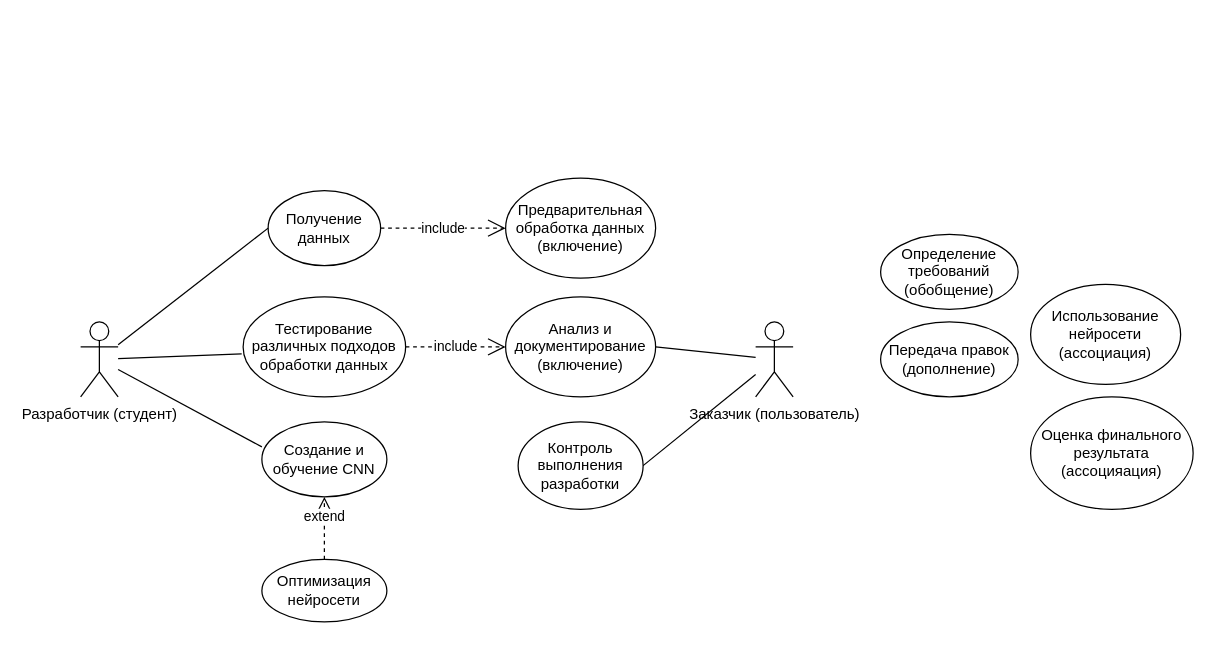
GeekNekoS/Draw_io keeps this draw.io diagram as Untitled Diagram.drawio. Above is the earlier version. Source tidied: cells renumbered, new cells numbered last; positions are measured from the earlier drawing's top-left corner, leaving out a move shared by most shapes. Both pictures are drawn from the tidied source at 125%, with x=0, y=0 at pixel (80, 178).
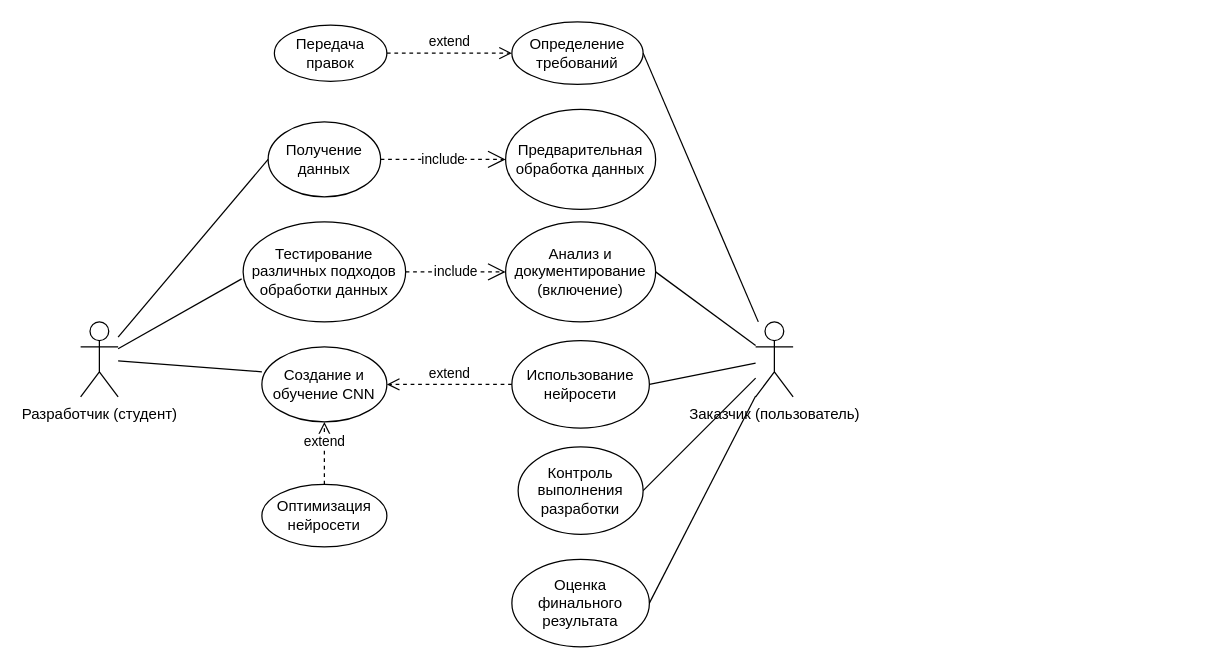
Above is the later version.

The change refers to these unchanged cells:
```xml
<mxCell id="9" value="&lt;div&gt;Заказчик (пользователь)&lt;/div&gt;" style="shape=umlActor;verticalLabelPosition=bottom;verticalAlign=top;html=1;outlineConnect=0;" parent="1" vertex="1">
  <mxGeometry x="540" y="115" width="30" height="60" as="geometry" />
</mxCell>
```

Diff of the diagram source:
```diff
@@
     <mxCell id="3" value="&lt;div&gt;Получение данных &lt;br&gt;&lt;/div&gt;" style="ellipse;whiteSpace=wrap;html=1;" parent="1" vertex="1">
-      <mxGeometry x="150" y="10" width="90" height="60" as="geometry" />
+      <mxGeometry x="150" y="-45" width="90" height="60" as="geometry" />
     </mxCell>
-    <mxCell id="4" value="&lt;div&gt;Предварительная обработка данных (включение) &lt;br&gt;&lt;/div&gt;" style="ellipse;whiteSpace=wrap;html=1;" parent="1" vertex="1">
-      <mxGeometry x="340" width="120" height="80" as="geometry" />
+    <mxCell id="4" value="&lt;div&gt;Предварительная обработка данных &lt;br&gt;&lt;/div&gt;" style="ellipse;whiteSpace=wrap;html=1;" parent="1" vertex="1">
+      <mxGeometry x="340" y="-55" width="120" height="80" as="geometry" />
     </mxCell>
     <mxCell id="5" value="&lt;div&gt;Создание и обучение CNN &lt;br&gt;&lt;/div&gt;" style="ellipse;whiteSpace=wrap;html=1;" parent="1" vertex="1">
-      <mxGeometry x="145" y="195" width="100" height="60" as="geometry" />
+      <mxGeometry x="145" y="135" width="100" height="60" as="geometry" />
     </mxCell>
     <mxCell id="6" value="Оптимизация нейросети" style="ellipse;whiteSpace=wrap;html=1;" parent="1" vertex="1">
-      <mxGeometry x="145" y="305" width="100" height="50" as="geometry" />
+      <mxGeometry x="145" y="245" width="100" height="50" as="geometry" />
     </mxCell>
     <mxCell id="7" value="Тестирование различных подходов обработки данных " style="ellipse;whiteSpace=wrap;html=1;" parent="1" vertex="1">
-      <mxGeometry x="130" y="95" width="130" height="80" as="geometry" />
+      <mxGeometry x="130" y="35" width="130" height="80" as="geometry" />
     </mxCell>
     <mxCell id="8" value="Анализ и документирование (включение)" style="ellipse;whiteSpace=wrap;html=1;" parent="1" vertex="1">
-      <mxGeometry x="340" y="95" width="120" height="80" as="geometry" />
+      <mxGeometry x="340" y="35" width="120" height="80" as="geometry" />
     </mxCell>
@@
-    <mxCell id="10" value="Определение требований (обобщение)" style="ellipse;whiteSpace=wrap;html=1;" parent="1" vertex="1">
-      <mxGeometry x="640" y="45" width="110" height="60" as="geometry" />
+    <mxCell id="10" value="Определение требований" style="ellipse;whiteSpace=wrap;html=1;" parent="1" vertex="1">
+      <mxGeometry x="345" y="-125" width="105" height="50" as="geometry" />
     </mxCell>
-    <mxCell id="11" value="Передача правок (дополнение)" style="ellipse;whiteSpace=wrap;html=1;" parent="1" vertex="1">
-      <mxGeometry x="640" y="115" width="110" height="60" as="geometry" />
+    <mxCell id="11" value="Передача правок " style="ellipse;whiteSpace=wrap;html=1;" parent="1" vertex="1">
+      <mxGeometry x="155" y="-122.5" width="90" height="45" as="geometry" />
     </mxCell>
     <mxCell id="12" value="Контроль выполнения разработки" style="ellipse;whiteSpace=wrap;html=1;" parent="1" vertex="1">
-      <mxGeometry x="350" y="195" width="100" height="70" as="geometry" />
+      <mxGeometry x="350" y="215" width="100" height="70" as="geometry" />
     </mxCell>
-    <mxCell id="13" value="Оценка финального результата (ассоцияация)" style="ellipse;whiteSpace=wrap;html=1;" parent="1" vertex="1">
-      <mxGeometry x="760" y="175" width="130" height="90" as="geometry" />
+    <mxCell id="13" value="Оценка финального результата" style="ellipse;whiteSpace=wrap;html=1;" parent="1" vertex="1">
+      <mxGeometry x="345" y="305" width="110" height="70" as="geometry" />
     </mxCell>
-    <mxCell id="14" value="Использование нейросети (ассоциация)" style="ellipse;whiteSpace=wrap;html=1;" parent="1" vertex="1">
-      <mxGeometry x="760" y="85" width="120" height="80" as="geometry" />
+    <mxCell id="14" value="Использование нейросети" style="ellipse;whiteSpace=wrap;html=1;" parent="1" vertex="1">
+      <mxGeometry x="345" y="130" width="110" height="70" as="geometry" />
     </mxCell>
@@
+    <mxCell id="23" style="endArrow=none;html=1;rounded=0;exitX=1;exitY=0.5;exitDx=0;exitDy=0;" parent="1" edge="1" source="14" target="9">
+      <mxGeometry relative="1" as="geometry" />
+    </mxCell>
+    <mxCell id="24" value="extend" style="html=1;verticalAlign=bottom;endArrow=open;dashed=1;endSize=8;curved=0;rounded=0;entryX=1;entryY=0.5;entryDx=0;entryDy=0;exitX=0;exitY=0.5;exitDx=0;exitDy=0;" parent="1" edge="1" source="14" target="5">
+      <mxGeometry relative="1" as="geometry" />
+    </mxCell>
+    <mxCell id="25" style="endArrow=none;html=1;rounded=0;exitX=1;exitY=0.5;exitDx=0;exitDy=0;" parent="1" edge="1" source="10" target="9">
+      <mxGeometry relative="1" as="geometry" />
+    </mxCell>
+    <mxCell id="26" style="endArrow=none;html=1;rounded=0;exitX=1;exitY=0.5;exitDx=0;exitDy=0;" parent="1" edge="1" source="13" target="9">
+      <mxGeometry relative="1" as="geometry" />
+    </mxCell>
+    <mxCell id="27" value="extend" style="html=1;verticalAlign=bottom;endArrow=open;dashed=1;endSize=8;curved=0;rounded=0;entryX=0;entryY=0.5;entryDx=0;entryDy=0;exitX=1;exitY=0.5;exitDx=0;exitDy=0;" parent="1" edge="1" source="11" target="10">
+      <mxGeometry relative="1" as="geometry" />
+    </mxCell>
```
